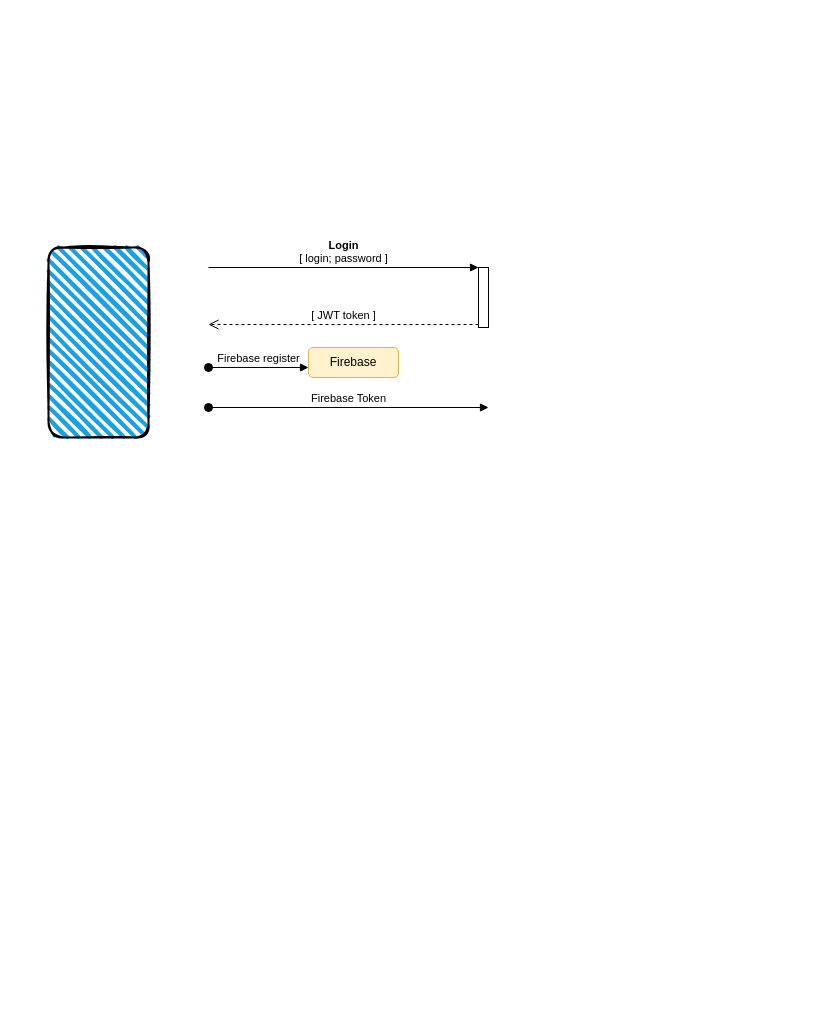
Before: BackendFlow.drawio in SarifIndustries/DrawioDiagrams, a draw.io diagram. Source tidied: cells renumbered, new cells numbered last; positions are measured from the earlier drawing's top-left corner, leaving out a move shared by most shapes. Both pictures are drawn from the tidied source at 100%, with x=0, y=0 at pixel (48, 247).
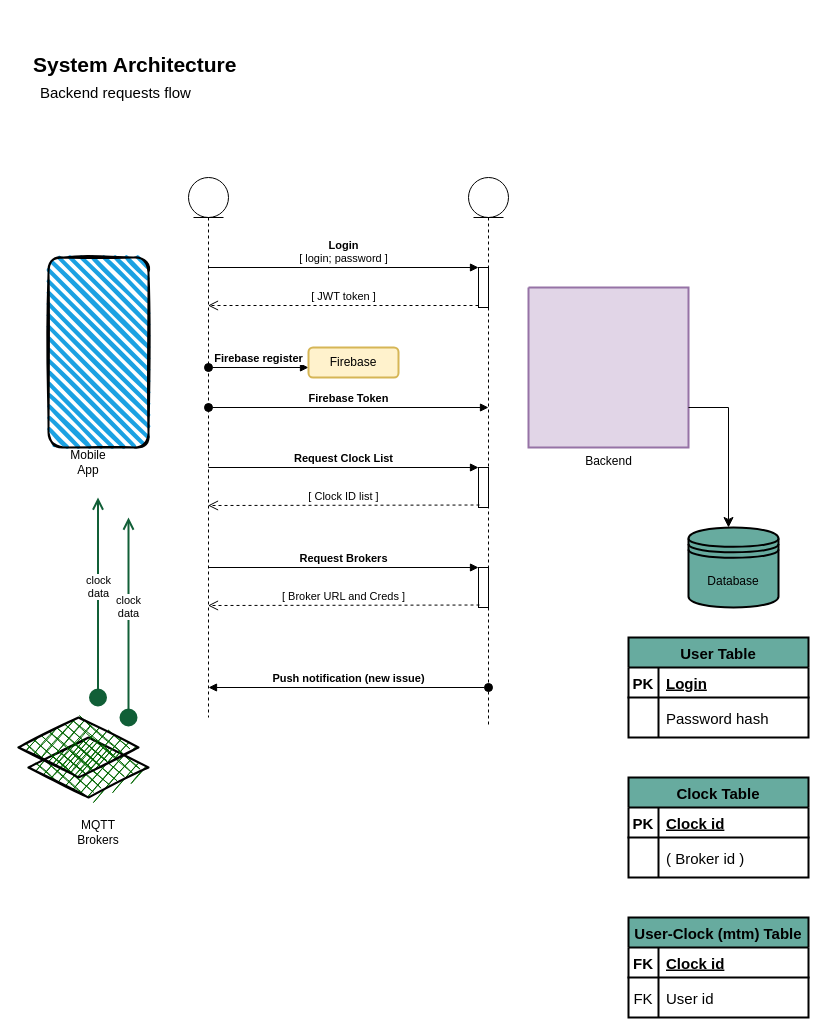
Above is the later version.

What changed in the source:
```diff
@@
     <mxCell id="2" style="rounded=1;whiteSpace=wrap;html=1;strokeWidth=2;fillWeight=4;hachureGap=8;hachureAngle=45;fillColor=#1ba1e2;sketch=1;" parent="1" vertex="1">
-      <mxGeometry width="100" height="190" as="geometry" />
+      <mxGeometry y="10" width="100" height="190" as="geometry" />
     </mxCell>
     <mxCell id="3" style="html=1;points=[];perimeter=orthogonalPerimeter;" parent="1" vertex="1">
-      <mxGeometry x="430" y="20" width="10" height="60" as="geometry" />
+      <mxGeometry x="430" y="20" width="10" height="40" as="geometry" />
     </mxCell>
@@
-    <mxCell id="5" value="[ JWT token ]" style="html=1;verticalAlign=bottom;endArrow=open;dashed=1;endSize=8;exitX=0;exitY=0.95;rounded=0;" parent="1" edge="1" source="3">
-      <mxGeometry relative="1" as="geometry">
-        <mxPoint x="160" y="77" as="targetPoint" />
-      </mxGeometry>
+    <mxCell id="5" value="[ JWT token ]" style="html=1;verticalAlign=bottom;endArrow=open;dashed=1;endSize=8;exitX=0;exitY=0.95;rounded=0;" parent="1" edge="1" source="3" target="9">
+      <mxGeometry relative="1" as="geometry" />
     </mxCell>
-    <mxCell id="6" value="Firebase Token" style="html=1;verticalAlign=bottom;startArrow=oval;startFill=1;endArrow=block;startSize=8;rounded=0;" parent="1" edge="1">
+    <mxCell id="6" value="&lt;b&gt;Firebase Token&lt;/b&gt;" style="html=1;verticalAlign=bottom;startArrow=oval;startFill=1;endArrow=block;startSize=8;rounded=0;" parent="1" edge="1">
       <mxGeometry relative="1" as="geometry">
         <mxPoint x="160" y="160" as="sourcePoint" />
         <mxPoint x="440" y="160" as="targetPoint" />
       </mxGeometry>
     </mxCell>
-    <mxCell id="7" value="Firebase register" style="html=1;verticalAlign=bottom;startArrow=oval;startFill=1;endArrow=block;startSize=8;rounded=0;" parent="1" edge="1">
+    <mxCell id="7" value="&lt;b&gt;Firebase register&lt;/b&gt;" style="html=1;verticalAlign=bottom;startArrow=oval;startFill=1;endArrow=block;startSize=8;rounded=0;" parent="1" edge="1">
       <mxGeometry relative="1" as="geometry">
         <mxPoint x="160" y="120" as="sourcePoint" />
         <mxPoint x="260" y="120" as="targetPoint" />
       </mxGeometry>
     </mxCell>
-    <mxCell id="8" value="Firebase" style="rounded=1;whiteSpace=wrap;html=1;fillColor=#fff2cc;strokeColor=#d6b656;" parent="1" vertex="1">
+    <mxCell id="8" value="Firebase" style="rounded=1;whiteSpace=wrap;html=1;fillColor=#fff2cc;strokeColor=#d6b656;strokeWidth=2;" parent="1" vertex="1">
       <mxGeometry x="260" y="100" width="90" height="30" as="geometry" />
     </mxCell>
+    <mxCell id="9" value="&lt;br&gt;" style="shape=umlLifeline;participant=umlEntity;perimeter=lifelinePerimeter;whiteSpace=wrap;html=1;verticalAlign=top;spacingTop=36;outlineConnect=0;" parent="1" vertex="1">
+      <mxGeometry x="140" y="-70" width="40" height="540" as="geometry" />
+    </mxCell>
+    <mxCell id="10" value="&lt;br&gt;" style="shape=umlLifeline;participant=umlEntity;perimeter=lifelinePerimeter;whiteSpace=wrap;html=1;verticalAlign=top;spacingTop=36;size=40;" parent="1" vertex="1">
+      <mxGeometry x="420" y="-70" width="40" height="550" as="geometry" />
+    </mxCell>
+    <mxCell id="11" style="html=1;points=[];perimeter=orthogonalPerimeter;" parent="1" vertex="1">
+      <mxGeometry x="430" y="220" width="10" height="40" as="geometry" />
+    </mxCell>
+    <mxCell id="12" value="&lt;b&gt;Request Clock List&lt;/b&gt;" style="html=1;verticalAlign=bottom;endArrow=block;entryX=0;entryY=0;rounded=0;" parent="1" edge="1" target="11">
+      <mxGeometry relative="1" as="geometry">
+        <mxPoint x="160" y="220" as="sourcePoint" />
+      </mxGeometry>
+    </mxCell>
+    <mxCell id="13" value="[ Clock ID list ]" style="html=1;verticalAlign=bottom;endArrow=open;dashed=1;endSize=8;rounded=0;exitX=0.1;exitY=0.938;exitDx=0;exitDy=0;exitPerimeter=0;" parent="1" edge="1" source="11">
+      <mxGeometry relative="1" as="geometry">
+        <mxPoint x="159.5" y="258" as="targetPoint" />
+      </mxGeometry>
+    </mxCell>
+    <mxCell id="14" style="html=1;points=[];perimeter=orthogonalPerimeter;" parent="1" vertex="1">
+      <mxGeometry x="430" y="320" width="10" height="40" as="geometry" />
+    </mxCell>
+    <mxCell id="15" value="&lt;b&gt;Request Brokers&lt;/b&gt;" style="html=1;verticalAlign=bottom;endArrow=block;entryX=0;entryY=0;rounded=0;" parent="1" edge="1" target="14">
+      <mxGeometry relative="1" as="geometry">
+        <mxPoint x="160" y="320" as="sourcePoint" />
+      </mxGeometry>
+    </mxCell>
+    <mxCell id="16" value="[ Broker URL and Creds ]" style="html=1;verticalAlign=bottom;endArrow=open;dashed=1;endSize=8;rounded=0;exitX=0.1;exitY=0.938;exitDx=0;exitDy=0;exitPerimeter=0;" parent="1" edge="1" source="14">
+      <mxGeometry relative="1" as="geometry">
+        <mxPoint x="159.5" y="358" as="targetPoint" />
+      </mxGeometry>
+    </mxCell>
+    <mxCell id="17" value="&lt;b&gt;Push notification (new issue)&lt;/b&gt;" style="html=1;verticalAlign=bottom;startArrow=oval;startFill=1;endArrow=block;startSize=8;rounded=0;" parent="1" edge="1">
+      <mxGeometry relative="1" as="geometry">
+        <mxPoint x="440" y="440" as="sourcePoint" />
+        <mxPoint x="160" y="440" as="targetPoint" />
+      </mxGeometry>
+    </mxCell>
+    <mxCell id="18" value="Backend&lt;br&gt;" style="verticalLabelPosition=bottom;verticalAlign=top;html=1;shape=mxgraph.basic.patternFillRect;fillStyle=auto;step=5;fillStrokeWidth=0.2;fillStrokeColor=#dddddd;strokeWidth=2;fillColor=#e1d5e7;strokeColor=#9673a6;" parent="1" vertex="1">
+      <mxGeometry x="480" y="40" width="160" height="160" as="geometry" />
+    </mxCell>
+    <mxCell id="19" value="Mobile App" style="text;html=1;strokeColor=none;fillColor=none;align=center;verticalAlign=middle;whiteSpace=wrap;rounded=0;" parent="1" vertex="1">
+      <mxGeometry x="10" y="200" width="60" height="30" as="geometry" />
+    </mxCell>
+    <mxCell id="20" value="Database&lt;br&gt;" style="shape=datastore;whiteSpace=wrap;html=1;fillStyle=auto;strokeWidth=2;fillColor=#67AB9F;" parent="1" vertex="1">
+      <mxGeometry x="640" y="280" width="90" height="80" as="geometry" />
+    </mxCell>
+    <mxCell id="21" style="edgeStyle=segmentEdgeStyle;endArrow=classic;html=1;curved=0;rounded=0;endSize=8;startSize=8;exitX=1;exitY=0.75;exitDx=0;exitDy=0;exitPerimeter=0;" parent="1" edge="1" source="18">
+      <mxGeometry relative="1" as="geometry">
+        <mxPoint x="680" y="280" as="targetPoint" />
+      </mxGeometry>
+    </mxCell>
+    <mxCell id="22" style="rhombus;whiteSpace=wrap;html=1;strokeWidth=2;fillWeight=-1;hachureGap=8;fillStyle=cross-hatch;fillColor=#006600;sketch=1;" parent="1" vertex="1">
+      <mxGeometry x="-20" y="490" width="120" height="60" as="geometry" />
+    </mxCell>
+    <mxCell id="23" style="rhombus;whiteSpace=wrap;html=1;strokeWidth=2;fillWeight=-1;hachureGap=8;fillStyle=cross-hatch;fillColor=#006600;sketch=1;" parent="1" vertex="1">
+      <mxGeometry x="-30" y="470" width="120" height="60" as="geometry" />
+    </mxCell>
+    <mxCell id="24" value="MQTT Brokers&lt;br&gt;" style="text;html=1;strokeColor=none;fillColor=none;align=center;verticalAlign=middle;whiteSpace=wrap;rounded=0;" parent="1" vertex="1">
+      <mxGeometry x="20" y="570" width="60" height="30" as="geometry" />
+    </mxCell>
+    <mxCell id="25" value="clock&lt;br&gt;data" style="html=1;verticalAlign=bottom;startArrow=circle;startFill=1;endArrow=open;startSize=6;endSize=8;rounded=0;strokeWidth=2;strokeColor=#115f37;" parent="1" edge="1">
+      <mxGeometry relative="1" as="geometry">
+        <mxPoint x="49.5" y="460" as="sourcePoint" />
+        <mxPoint x="49.5" y="250" as="targetPoint" />
+      </mxGeometry>
+    </mxCell>
+    <mxCell id="26" value="clock&lt;br&gt;data" style="html=1;verticalAlign=bottom;startArrow=circle;startFill=1;endArrow=open;startSize=6;endSize=8;rounded=0;strokeWidth=2;strokeColor=#115f37;" parent="1" edge="1">
+      <mxGeometry relative="1" as="geometry">
+        <mxPoint x="80" y="480" as="sourcePoint" />
+        <mxPoint x="80" y="270" as="targetPoint" />
+      </mxGeometry>
+    </mxCell>
+    <mxCell id="27" value="&lt;h1&gt;&lt;font style=&quot;font-size: 21px;&quot;&gt;System Architecture&lt;/font&gt;&lt;/h1&gt;" style="text;html=1;strokeColor=none;fillColor=none;spacing=5;spacingTop=-20;whiteSpace=wrap;overflow=hidden;rounded=0;fontSize=17;" parent="1" vertex="1">
+      <mxGeometry x="-20" y="-220" width="220" height="70" as="geometry" />
+    </mxCell>
+    <mxCell id="28" value="Backend requests flow" style="text;html=1;strokeColor=none;fillColor=none;align=left;verticalAlign=middle;whiteSpace=wrap;rounded=0;fontSize=15;" parent="1" vertex="1">
+      <mxGeometry x="-10" y="-170" width="280" height="30" as="geometry" />
+    </mxCell>
+    <mxCell id="29" value="User Table" style="shape=table;startSize=30;childLayout=tableLayout;rowLines=0;fontStyle=1;align=center;fillStyle=auto;strokeWidth=2;fontSize=15;fillColor=#67AB9F;" parent="1" vertex="1">
+      <mxGeometry x="580" y="390" width="180" height="100" as="geometry" />
+    </mxCell>
+    <mxCell id="30" style="shape=tableRow;horizontal=0;startSize=0;swimlaneHead=0;swimlaneBody=0;fillColor=none;top=0;left=0;right=0;bottom=1;fillStyle=auto;strokeWidth=2;fontSize=15;" parent="29" vertex="1">
+      <mxGeometry y="30" width="180" height="30" as="geometry" />
+    </mxCell>
+    <mxCell id="31" value="PK" style="shape=partialRectangle;fillColor=none;top=0;left=0;bottom=0;right=0;fontStyle=1;overflow=hidden;fillStyle=auto;strokeWidth=2;fontSize=15;" parent="30" vertex="1">
+      <mxGeometry width="30" height="30" as="geometry" />
+    </mxCell>
+    <mxCell id="32" value="Login" style="shape=partialRectangle;fillColor=none;top=0;left=0;bottom=0;right=0;align=left;spacingLeft=6;fontStyle=5;overflow=hidden;fillStyle=auto;strokeWidth=2;fontSize=15;" parent="30" vertex="1">
+      <mxGeometry x="30" width="150" height="30" as="geometry" />
+    </mxCell>
+    <mxCell id="33" style="shape=tableRow;horizontal=0;startSize=0;swimlaneHead=0;swimlaneBody=0;fillColor=none;top=0;left=0;right=0;bottom=0;fillStyle=auto;strokeWidth=2;fontSize=15;" parent="29" vertex="1">
+      <mxGeometry y="60" width="180" height="40" as="geometry" />
+    </mxCell>
+    <mxCell id="34" style="shape=partialRectangle;fillColor=none;top=0;left=0;bottom=0;right=0;overflow=hidden;fillStyle=auto;strokeWidth=2;fontSize=15;" parent="33" vertex="1">
+      <mxGeometry width="30" height="40" as="geometry" />
+    </mxCell>
+    <mxCell id="35" value="Password hash" style="shape=partialRectangle;fillColor=none;top=0;left=0;bottom=0;right=0;align=left;spacingLeft=6;overflow=hidden;fillStyle=auto;strokeWidth=2;fontSize=15;" parent="33" vertex="1">
+      <mxGeometry x="30" width="150" height="40" as="geometry" />
+    </mxCell>
+    <mxCell id="36" value="Clock Table" style="shape=table;startSize=30;childLayout=tableLayout;rowLines=0;fontStyle=1;align=center;fillStyle=auto;strokeWidth=2;fontSize=15;fillColor=#67AB9F;" parent="1" vertex="1">
+      <mxGeometry x="580" y="530" width="180" height="100" as="geometry" />
+    </mxCell>
+    <mxCell id="37" style="shape=tableRow;horizontal=0;startSize=0;swimlaneHead=0;swimlaneBody=0;fillColor=none;top=0;left=0;right=0;bottom=1;fillStyle=auto;strokeWidth=2;fontSize=15;" parent="36" vertex="1">
+      <mxGeometry y="30" width="180" height="30" as="geometry" />
+    </mxCell>
+    <mxCell id="38" value="PK" style="shape=partialRectangle;fillColor=none;top=0;left=0;bottom=0;right=0;fontStyle=1;overflow=hidden;fillStyle=auto;strokeWidth=2;fontSize=15;" parent="37" vertex="1">
+      <mxGeometry width="30" height="30" as="geometry" />
+    </mxCell>
+    <mxCell id="39" value="Clock id" style="shape=partialRectangle;fillColor=none;top=0;left=0;bottom=0;right=0;align=left;spacingLeft=6;fontStyle=5;overflow=hidden;fillStyle=auto;strokeWidth=2;fontSize=15;" parent="37" vertex="1">
+      <mxGeometry x="30" width="150" height="30" as="geometry" />
+    </mxCell>
+    <mxCell id="40" style="shape=tableRow;horizontal=0;startSize=0;swimlaneHead=0;swimlaneBody=0;fillColor=none;top=0;left=0;right=0;bottom=0;fillStyle=auto;strokeWidth=2;fontSize=15;" parent="36" vertex="1">
+      <mxGeometry y="60" width="180" height="40" as="geometry" />
+    </mxCell>
+    <mxCell id="41" style="shape=partialRectangle;fillColor=none;top=0;left=0;bottom=0;right=0;overflow=hidden;fillStyle=auto;strokeWidth=2;fontSize=15;" parent="40" vertex="1">
+      <mxGeometry width="30" height="40" as="geometry" />
+    </mxCell>
+    <mxCell id="42" value="( Broker id )" style="shape=partialRectangle;fillColor=none;top=0;left=0;bottom=0;right=0;align=left;spacingLeft=6;overflow=hidden;fillStyle=auto;strokeWidth=2;fontSize=15;" parent="40" vertex="1">
+      <mxGeometry x="30" width="150" height="40" as="geometry" />
+    </mxCell>
+    <mxCell id="43" value="User-Clock (mtm) Table" style="shape=table;startSize=30;childLayout=tableLayout;rowLines=0;fontStyle=1;align=center;fillStyle=auto;strokeWidth=2;fontSize=15;fillColor=#67AB9F;" parent="1" vertex="1">
+      <mxGeometry x="580" y="670" width="180" height="100" as="geometry" />
+    </mxCell>
+    <mxCell id="44" style="shape=tableRow;horizontal=0;startSize=0;swimlaneHead=0;swimlaneBody=0;fillColor=none;top=0;left=0;right=0;bottom=1;fillStyle=auto;strokeWidth=2;fontSize=15;" parent="43" vertex="1">
+      <mxGeometry y="30" width="180" height="30" as="geometry" />
+    </mxCell>
+    <mxCell id="45" value="FK" style="shape=partialRectangle;fillColor=none;top=0;left=0;bottom=0;right=0;fontStyle=1;overflow=hidden;fillStyle=auto;strokeWidth=2;fontSize=15;" parent="44" vertex="1">
+      <mxGeometry width="30" height="30" as="geometry" />
+    </mxCell>
+    <mxCell id="46" value="Clock id" style="shape=partialRectangle;fillColor=none;top=0;left=0;bottom=0;right=0;align=left;spacingLeft=6;fontStyle=5;overflow=hidden;fillStyle=auto;strokeWidth=2;fontSize=15;" parent="44" vertex="1">
+      <mxGeometry x="30" width="150" height="30" as="geometry" />
+    </mxCell>
+    <mxCell id="47" style="shape=tableRow;horizontal=0;startSize=0;swimlaneHead=0;swimlaneBody=0;fillColor=none;top=0;left=0;right=0;bottom=0;fillStyle=auto;strokeWidth=2;fontSize=15;" parent="43" vertex="1">
+      <mxGeometry y="60" width="180" height="40" as="geometry" />
+    </mxCell>
+    <mxCell id="48" value="FK" style="shape=partialRectangle;fillColor=none;top=0;left=0;bottom=0;right=0;overflow=hidden;fillStyle=auto;strokeWidth=2;fontSize=15;" parent="47" vertex="1">
+      <mxGeometry width="30" height="40" as="geometry" />
+    </mxCell>
+    <mxCell id="49" value="User id" style="shape=partialRectangle;fillColor=none;top=0;left=0;bottom=0;right=0;align=left;spacingLeft=6;overflow=hidden;fillStyle=auto;strokeWidth=2;fontSize=15;" parent="47" vertex="1">
+      <mxGeometry x="30" width="150" height="40" as="geometry" />
+    </mxCell>
```
